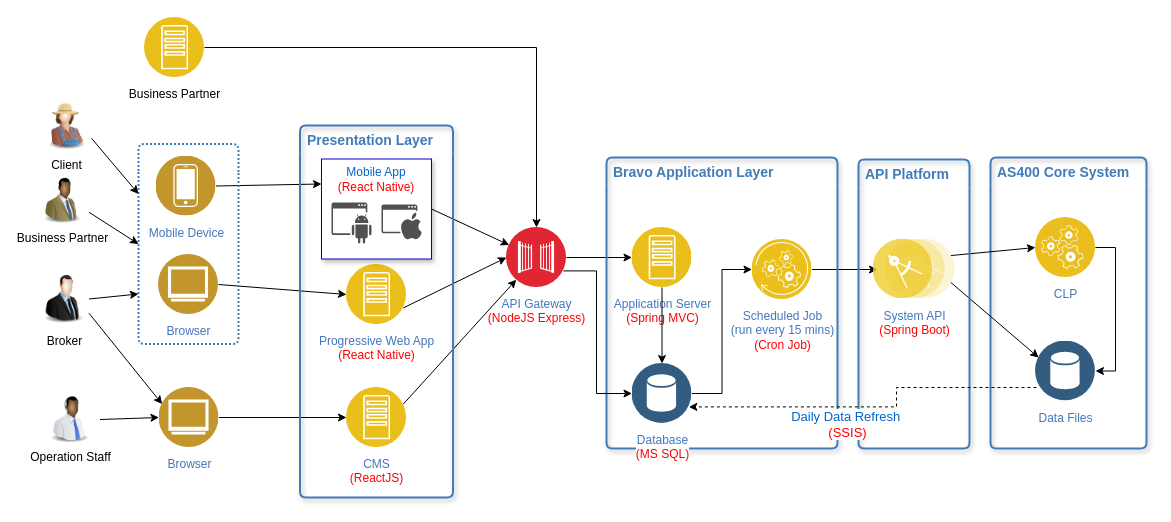
whalebig27/change-request-process-diagram keeps this draw.io diagram as page "Logical Component" (1 of 2) of Bravo_Architecture (8).drawio. Above is the earlier version. Source tidied: cells renumbered, new cells numbered last; positions are measured from the earlier drawing's top-left corner, leaving out a move shared by most shapes. Both pictures are drawn from the tidied source at 100%, with x=0, y=0 at pixel (36, 17).
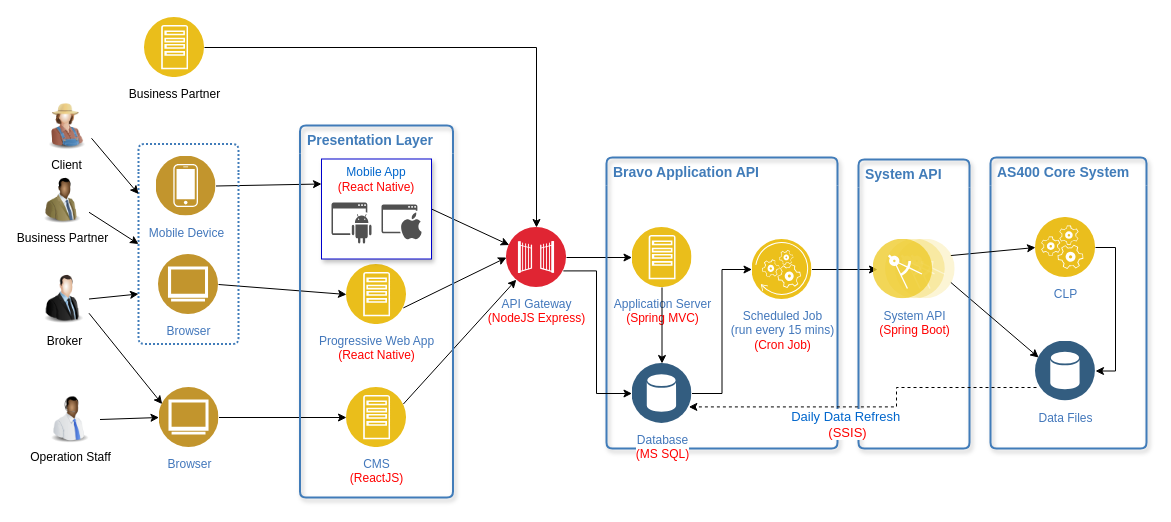
The same page after the edit.

Change to the diagram source:
```diff
@@
-    <mxCell id="33" value="&lt;b&gt;&lt;font style=&quot;font-size: 14px&quot;&gt;Bravo Application Layer&lt;/font&gt;&lt;/b&gt;" style="swimlane;fontStyle=0;horizontal=1;startSize=28;swimlaneLine=0;swimlaneFillColor=none;fillColor=none;rounded=1;whiteSpace=wrap;html=1;absoluteArcSize=1;arcSize=12;strokeColor=#417CB9;fontColor=#417CB9;verticalAlign=top;align=left;spacingLeft=5;dashed=0;strokeWidth=2;shadow=1;" parent="1" vertex="1">
+    <mxCell id="33" value="&lt;b&gt;&lt;font style=&quot;font-size: 14px&quot;&gt;Bravo Application API&lt;/font&gt;&lt;/b&gt;" style="swimlane;fontStyle=0;horizontal=1;startSize=28;swimlaneLine=0;swimlaneFillColor=none;fillColor=none;rounded=1;whiteSpace=wrap;html=1;absoluteArcSize=1;arcSize=12;strokeColor=#417CB9;fontColor=#417CB9;verticalAlign=top;align=left;spacingLeft=5;dashed=0;strokeWidth=2;shadow=1;" parent="1" vertex="1">
       <mxGeometry x="570" y="140" width="231" height="291" as="geometry" />
     </mxCell>
@@
-    <mxCell id="49" value="&lt;b&gt;&lt;font style=&quot;font-size: 14px&quot;&gt;API Platform&lt;/font&gt;&lt;/b&gt;" style="swimlane;fontStyle=0;horizontal=1;startSize=28;swimlaneLine=0;swimlaneFillColor=none;fillColor=none;rounded=1;whiteSpace=wrap;html=1;absoluteArcSize=1;arcSize=12;strokeColor=#417CB9;fontColor=#417CB9;verticalAlign=top;align=left;spacingLeft=5;dashed=0;strokeWidth=2;shadow=1;dashPattern=1 1;" parent="1" vertex="1">
+    <mxCell id="49" value="&lt;b&gt;&lt;font style=&quot;font-size: 14px&quot;&gt;System API&lt;/font&gt;&lt;/b&gt;" style="swimlane;fontStyle=0;horizontal=1;startSize=28;swimlaneLine=0;swimlaneFillColor=none;fillColor=none;rounded=1;whiteSpace=wrap;html=1;absoluteArcSize=1;arcSize=12;strokeColor=#417CB9;fontColor=#417CB9;verticalAlign=top;align=left;spacingLeft=5;dashed=0;strokeWidth=2;shadow=1;dashPattern=1 1;" parent="1" vertex="1">
       <mxGeometry x="822" y="142" width="111" height="289" as="geometry" />
     </mxCell>
```
